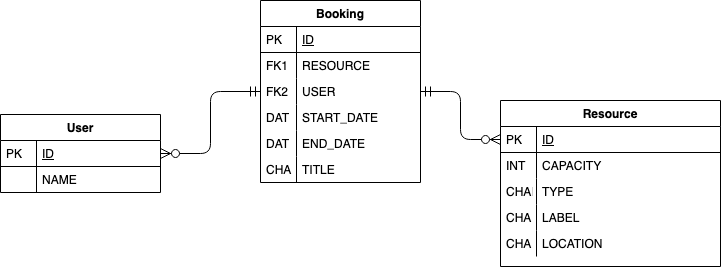
Earlier version of the draw.io export docs/database-modeling.png (bugounet/reservations). Source tidied: cells renumbered, new cells last; positions are measured from the earlier drawing's top-left corner, leaving out a move shared by most shapes.
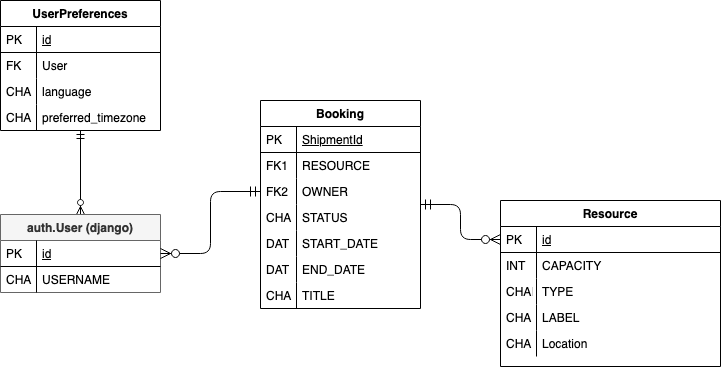
After the commit.

Commit message:
Update DB diagram. Add documentation about project structure.

The edit, as a diff of the source:
```diff
@@ -5,25 +5,55 @@
     <mxCell id="2" style="edgeStyle=orthogonalEdgeStyle;endArrow=ERzeroToMany;startArrow=ERmandOne;shadow=0;strokeWidth=1;endSize=8;startSize=8;entryX=0;entryY=0.5;entryDx=0;entryDy=0;" parent="1" edge="1" source="19" target="9">
       <mxGeometry relative="1" as="geometry" />
     </mxCell>
+    <mxCell id="33" style="edgeStyle=orthogonalEdgeStyle;rounded=0;jettySize=auto;html=1;endArrow=ERmandOne;endFill=0;startArrow=ERzeroToMany;startFill=1;" parent="1" edge="1" source="3" target="34">
+      <mxGeometry relative="1" as="geometry" />
+    </mxCell>
-    <mxCell id="3" value="User" style="swimlane;fontStyle=1;horizontal=1;startSize=26;rounded=0;shadow=0;strokeWidth=1;" parent="1" vertex="1">
+    <mxCell id="3" value="auth.User (django)" style="swimlane;fontStyle=1;horizontal=1;startSize=26;rounded=0;shadow=0;strokeWidth=1;fillColor=#f5f5f5;strokeColor=#666666;fontColor=#333333;" parent="1" vertex="1">
       <mxGeometry y="114" width="160" height="78" as="geometry" />
     </mxCell>
-    <mxCell id="4" value="ID" style="shape=partialRectangle;top=0;left=0;right=0;bottom=1;align=left;verticalAlign=top;fillColor=none;spacingLeft=40;spacingRight=4;overflow=hidden;points=[[0,0.5],[1,0.5]];portConstraint=eastwest;rounded=0;shadow=0;strokeWidth=1;fontStyle=4;" parent="3" vertex="1">
+    <mxCell id="4" value="id" style="shape=partialRectangle;top=0;left=0;right=0;bottom=1;align=left;verticalAlign=top;fillColor=none;spacingLeft=40;spacingRight=4;overflow=hidden;points=[[0,0.5],[1,0.5]];portConstraint=eastwest;rounded=0;shadow=0;strokeWidth=1;fontStyle=4;" parent="3" vertex="1">
       <mxGeometry y="26" width="160" height="26" as="geometry" />
     </mxCell>
     <mxCell id="5" value="PK" style="shape=partialRectangle;top=0;left=0;bottom=0;fillColor=none;align=left;verticalAlign=top;spacingLeft=4;spacingRight=4;overflow=hidden;" parent="4" vertex="1">
       <mxGeometry width="36" height="26" as="geometry" />
     </mxCell>
-    <mxCell id="6" value="NAME" style="shape=partialRectangle;top=0;left=0;right=0;bottom=0;align=left;verticalAlign=top;fillColor=none;spacingLeft=40;spacingRight=4;overflow=hidden;rounded=0;shadow=0;strokeWidth=1;" parent="3" vertex="1">
+    <mxCell id="6" value="USERNAME" style="shape=partialRectangle;top=0;left=0;right=0;bottom=0;align=left;verticalAlign=top;fillColor=none;spacingLeft=40;spacingRight=4;overflow=hidden;rounded=0;shadow=0;strokeWidth=1;" parent="3" vertex="1">
       <mxGeometry y="52" width="160" height="26" as="geometry" />
     </mxCell>
-    <mxCell id="7" style="shape=partialRectangle;top=0;left=0;bottom=0;fillColor=none;align=left;verticalAlign=top;spacingLeft=4;spacingRight=4;overflow=hidden;" parent="6" vertex="1">
+    <mxCell id="7" value="CHA" style="shape=partialRectangle;top=0;left=0;bottom=0;fillColor=none;align=left;verticalAlign=top;spacingLeft=4;spacingRight=4;overflow=hidden;" parent="6" vertex="1">
       <mxGeometry width="36" height="26" as="geometry" />
     </mxCell>
+    <mxCell id="34" value="UserPreferences" style="swimlane;fontStyle=1;horizontal=1;startSize=26;rounded=0;shadow=0;strokeWidth=1;" parent="1" vertex="1">
+      <mxGeometry y="-100" width="160" height="130" as="geometry" />
+    </mxCell>
+    <mxCell id="35" value="id" style="shape=partialRectangle;top=0;left=0;right=0;bottom=1;align=left;verticalAlign=top;fillColor=none;spacingLeft=40;spacingRight=4;overflow=hidden;rounded=0;shadow=0;strokeWidth=1;fontStyle=4;" parent="34" vertex="1">
+      <mxGeometry y="26" width="160" height="26" as="geometry" />
+    </mxCell>
+    <mxCell id="36" value="PK" style="shape=partialRectangle;top=0;left=0;bottom=0;fillColor=none;align=left;verticalAlign=top;spacingLeft=4;spacingRight=4;overflow=hidden;" parent="35" vertex="1">
+      <mxGeometry width="36" height="26" as="geometry" />
+    </mxCell>
+    <mxCell id="37" value="User" style="shape=partialRectangle;top=0;left=0;right=0;bottom=0;align=left;verticalAlign=top;fillColor=none;spacingLeft=40;spacingRight=4;overflow=hidden;rounded=0;shadow=0;strokeWidth=1;" parent="34" vertex="1">
+      <mxGeometry y="52" width="160" height="26" as="geometry" />
+    </mxCell>
+    <mxCell id="38" value="FK" style="shape=partialRectangle;top=0;left=0;bottom=0;fillColor=none;align=left;verticalAlign=top;spacingLeft=4;spacingRight=4;overflow=hidden;" parent="37" vertex="1">
+      <mxGeometry width="36" height="26" as="geometry" />
+    </mxCell>
+    <mxCell id="39" value="language" style="shape=partialRectangle;top=0;left=0;right=0;bottom=0;align=left;verticalAlign=top;fillColor=none;spacingLeft=40;spacingRight=4;overflow=hidden;rounded=0;shadow=0;strokeWidth=1;" parent="34" vertex="1">
+      <mxGeometry y="78" width="160" height="26" as="geometry" />
+    </mxCell>
+    <mxCell id="40" value="CHA" style="shape=partialRectangle;top=0;left=0;bottom=0;fillColor=none;align=left;verticalAlign=top;spacingLeft=4;spacingRight=4;overflow=hidden;" parent="39" vertex="1">
+      <mxGeometry width="36" height="26" as="geometry" />
+    </mxCell>
+    <mxCell id="41" value="preferred_timezone" style="shape=partialRectangle;top=0;left=0;right=0;bottom=0;align=left;verticalAlign=top;fillColor=none;spacingLeft=40;spacingRight=4;overflow=hidden;rounded=0;shadow=0;strokeWidth=1;" parent="34" vertex="1">
+      <mxGeometry y="104" width="160" height="26" as="geometry" />
+    </mxCell>
+    <mxCell id="42" value="CHA" style="shape=partialRectangle;top=0;left=0;bottom=0;fillColor=none;align=left;verticalAlign=top;spacingLeft=4;spacingRight=4;overflow=hidden;" parent="41" vertex="1">
+      <mxGeometry width="36" height="26" as="geometry" />
+    </mxCell>
     <mxCell id="8" value="Resource" style="swimlane;fontStyle=1;horizontal=1;startSize=26;rounded=0;shadow=0;strokeWidth=1;" parent="1" vertex="1">
       <mxGeometry x="500" y="100" width="220" height="166" as="geometry" />
     </mxCell>
-    <mxCell id="9" value="ID" style="shape=partialRectangle;top=0;left=0;right=0;bottom=1;align=left;verticalAlign=top;fillColor=none;spacingLeft=40;spacingRight=4;overflow=hidden;points=[[0,0.5],[1,0.5]];portConstraint=eastwest;rounded=0;shadow=0;strokeWidth=1;fontStyle=4;" parent="8" vertex="1">
+    <mxCell id="9" value="id" style="shape=partialRectangle;top=0;left=0;right=0;bottom=1;align=left;verticalAlign=top;fillColor=none;spacingLeft=40;spacingRight=4;overflow=hidden;points=[[0,0.5],[1,0.5]];portConstraint=eastwest;rounded=0;shadow=0;strokeWidth=1;fontStyle=4;" parent="8" vertex="1">
       <mxGeometry y="26" width="220" height="26" as="geometry" />
     </mxCell>
     <mxCell id="10" value="PK" style="shape=partialRectangle;top=0;left=0;bottom=0;fillColor=none;align=left;verticalAlign=top;spacingLeft=4;spacingRight=4;overflow=hidden;" parent="9" vertex="1">
@@ -47,16 +77,16 @@
     <mxCell id="16" value="CHA" style="shape=partialRectangle;top=0;left=0;bottom=0;fillColor=none;align=left;verticalAlign=top;spacingLeft=4;spacingRight=4;overflow=hidden;" parent="15" vertex="1">
       <mxGeometry width="36" height="26" as="geometry" />
     </mxCell>
-    <mxCell id="17" value="LOCATION" style="shape=partialRectangle;top=0;left=0;right=0;bottom=0;align=left;verticalAlign=top;fillColor=none;spacingLeft=40;spacingRight=4;overflow=hidden;rounded=0;shadow=0;strokeWidth=1;" parent="8" vertex="1">
+    <mxCell id="17" value="Location" style="shape=partialRectangle;top=0;left=0;right=0;bottom=0;align=left;verticalAlign=top;fillColor=none;spacingLeft=40;spacingRight=4;overflow=hidden;rounded=0;shadow=0;strokeWidth=1;" parent="8" vertex="1">
       <mxGeometry y="130" width="220" height="26" as="geometry" />
     </mxCell>
     <mxCell id="18" value="CHA" style="shape=partialRectangle;top=0;left=0;bottom=0;fillColor=none;align=left;verticalAlign=top;spacingLeft=4;spacingRight=4;overflow=hidden;" parent="17" vertex="1">
       <mxGeometry width="36" height="26" as="geometry" />
     </mxCell>
     <mxCell id="19" value="Booking" style="swimlane;fontStyle=1;horizontal=1;startSize=26;rounded=0;shadow=0;strokeWidth=1;" parent="1" vertex="1">
-      <mxGeometry x="260" width="160" height="182" as="geometry" />
+      <mxGeometry x="260" width="160" height="208" as="geometry" />
     </mxCell>
-    <mxCell id="20" value="ID" style="shape=partialRectangle;top=0;left=0;right=0;bottom=1;align=left;verticalAlign=top;fillColor=none;spacingLeft=40;spacingRight=4;overflow=hidden;rounded=0;shadow=0;strokeWidth=1;fontStyle=4;" parent="19" vertex="1">
+    <mxCell id="20" value="ShipmentId" style="shape=partialRectangle;top=0;left=0;right=0;bottom=1;align=left;verticalAlign=top;fillColor=none;spacingLeft=40;spacingRight=4;overflow=hidden;rounded=0;shadow=0;strokeWidth=1;fontStyle=4;" parent="19" vertex="1">
       <mxGeometry y="26" width="160" height="26" as="geometry" />
     </mxCell>
     <mxCell id="21" value="PK" style="shape=partialRectangle;top=0;left=0;bottom=0;fillColor=none;align=left;verticalAlign=top;spacingLeft=4;spacingRight=4;overflow=hidden;" parent="20" vertex="1">
@@ -68,26 +98,32 @@
     <mxCell id="23" value="FK1" style="shape=partialRectangle;top=0;left=0;bottom=0;fillColor=none;align=left;verticalAlign=top;spacingLeft=4;spacingRight=4;overflow=hidden;" parent="22" vertex="1">
       <mxGeometry width="36" height="26" as="geometry" />
     </mxCell>
-    <mxCell id="24" value="USER" style="shape=partialRectangle;top=0;left=0;right=0;bottom=0;align=left;verticalAlign=top;fillColor=none;spacingLeft=40;spacingRight=4;overflow=hidden;points=[[0,0.5],[1,0.5]];portConstraint=eastwest;rounded=0;shadow=0;strokeWidth=1;" parent="19" vertex="1">
+    <mxCell id="24" value="OWNER" style="shape=partialRectangle;top=0;left=0;right=0;bottom=0;align=left;verticalAlign=top;fillColor=none;spacingLeft=40;spacingRight=4;overflow=hidden;points=[[0,0.5],[1,0.5]];portConstraint=eastwest;rounded=0;shadow=0;strokeWidth=1;" parent="19" vertex="1">
       <mxGeometry y="78" width="160" height="26" as="geometry" />
     </mxCell>
     <mxCell id="25" value="FK2" style="shape=partialRectangle;top=0;left=0;bottom=0;fillColor=none;align=left;verticalAlign=top;spacingLeft=4;spacingRight=4;overflow=hidden;" parent="24" vertex="1">
       <mxGeometry width="36" height="26" as="geometry" />
     </mxCell>
+    <mxCell id="43" value="STATUS" style="shape=partialRectangle;top=0;left=0;right=0;bottom=0;align=left;verticalAlign=top;fillColor=none;spacingLeft=40;spacingRight=4;overflow=hidden;rounded=0;shadow=0;strokeWidth=1;" parent="19" vertex="1">
+      <mxGeometry y="104" width="160" height="26" as="geometry" />
+    </mxCell>
+    <mxCell id="44" value="CHA" style="shape=partialRectangle;top=0;left=0;bottom=0;fillColor=none;align=left;verticalAlign=top;spacingLeft=4;spacingRight=4;overflow=hidden;" parent="43" vertex="1">
+      <mxGeometry width="36" height="26" as="geometry" />
+    </mxCell>
     <mxCell id="26" value="START_DATE" style="shape=partialRectangle;top=0;left=0;right=0;bottom=0;align=left;verticalAlign=top;fillColor=none;spacingLeft=40;spacingRight=4;overflow=hidden;rounded=0;shadow=0;strokeWidth=1;" parent="19" vertex="1">
-      <mxGeometry y="104" width="160" height="26" as="geometry" />
+      <mxGeometry y="130" width="160" height="26" as="geometry" />
     </mxCell>
     <mxCell id="27" value="DAT" style="shape=partialRectangle;top=0;left=0;bottom=0;fillColor=none;align=left;verticalAlign=top;spacingLeft=4;spacingRight=4;overflow=hidden;" parent="26" vertex="1">
       <mxGeometry width="36" height="26" as="geometry" />
     </mxCell>
     <mxCell id="28" value="END_DATE" style="shape=partialRectangle;top=0;left=0;right=0;bottom=0;align=left;verticalAlign=top;fillColor=none;spacingLeft=40;spacingRight=4;overflow=hidden;rounded=0;shadow=0;strokeWidth=1;" parent="19" vertex="1">
-      <mxGeometry y="130" width="160" height="26" as="geometry" />
+      <mxGeometry y="156" width="160" height="26" as="geometry" />
     </mxCell>
     <mxCell id="29" value="DAT" style="shape=partialRectangle;top=0;left=0;bottom=0;fillColor=none;align=left;verticalAlign=top;spacingLeft=4;spacingRight=4;overflow=hidden;" parent="28" vertex="1">
       <mxGeometry width="36" height="26" as="geometry" />
     </mxCell>
-    <mxCell id="30" value="TITLE" style="shape=partialRectangle;top=0;left=0;right=0;bottom=0;align=left;verticalAlign=top;fillColor=none;spacingLeft=40;spacingRight=4;overflow=hidden;rounded=0;shadow=0;strokeWidth=1;" parent="19" vertex="1">
-      <mxGeometry y="156" width="160" height="26" as="geometry" />
+    <mxCell id="30" value="TITLE&#10;" style="shape=partialRectangle;top=0;left=0;right=0;bottom=0;align=left;verticalAlign=top;fillColor=none;spacingLeft=40;spacingRight=4;overflow=hidden;rounded=0;shadow=0;strokeWidth=1;" parent="19" vertex="1">
+      <mxGeometry y="182" width="160" height="26" as="geometry" />
     </mxCell>
     <mxCell id="31" value="CHA" style="shape=partialRectangle;top=0;left=0;bottom=0;fillColor=none;align=left;verticalAlign=top;spacingLeft=4;spacingRight=4;overflow=hidden;" parent="30" vertex="1">
       <mxGeometry width="36" height="26" as="geometry" />
```
